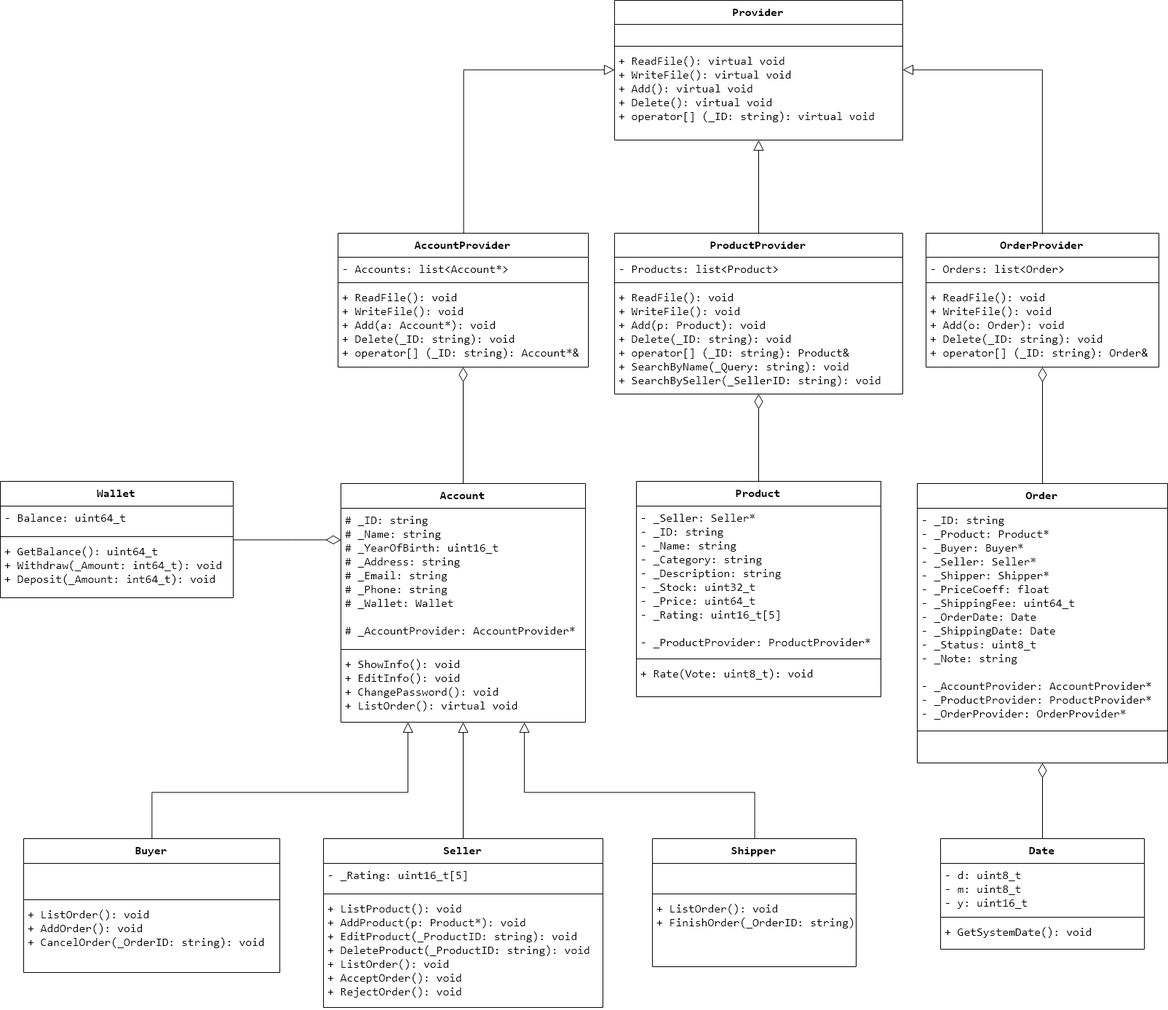
Before: docs/ClassDiagram.png, a diagram exported from draw.io (84436/LTHDT-18CLC6-Group17). Source tidied: cells renumbered, new cells last; positions are measured from the earlier drawing's top-left corner, leaving out a move shared by most shapes.
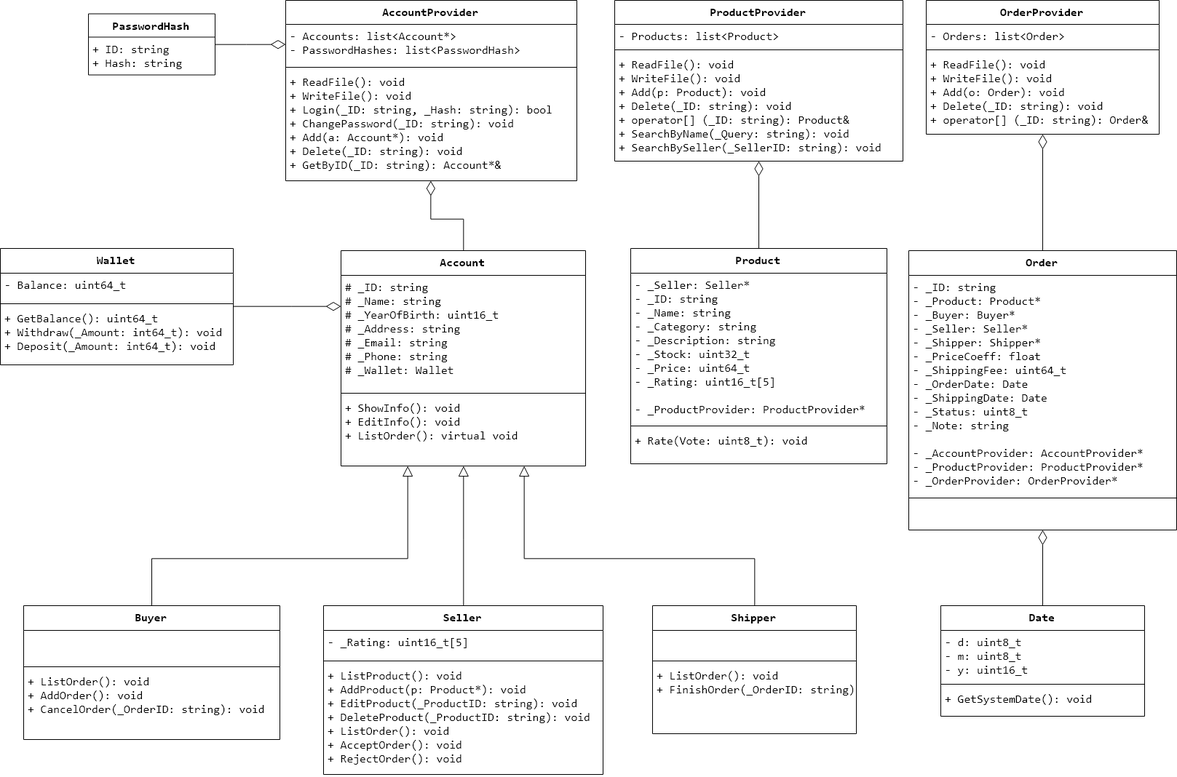
The same diagram one commit later.

What changed in the source:
```diff
@@ -2,40 +2,18 @@
   <root>
     <mxCell id="0" />
     <mxCell id="1" parent="0" />
-    <mxCell id="2" value="Provider" style="swimlane;fontStyle=1;align=center;verticalAlign=top;horizontal=1;startSize=33;fontFamily=Consolas;fontSize=16;" parent="1" vertex="1">
-      <mxGeometry x="844" width="396" height="192" as="geometry" />
-    </mxCell>
-    <mxCell id="3" value=" " style="text;strokeColor=none;fillColor=none;align=left;verticalAlign=top;spacingLeft=4;spacingRight=4;overflow=hidden;fontSize=16;fontFamily=Consolas;" parent="2" vertex="1">
-      <mxGeometry y="33" width="396" height="26" as="geometry" />
-    </mxCell>
-    <mxCell id="4" style="line;strokeWidth=1;fillColor=none;align=left;verticalAlign=middle;spacingTop=-1;spacingLeft=3;spacingRight=3;labelPosition=right;fontSize=16;fontFamily=Consolas;" parent="2" vertex="1">
-      <mxGeometry y="59" width="396" height="8" as="geometry" />
-    </mxCell>
-    <mxCell id="5" value="+ ReadFile(): virtual void&#10;+ WriteFile(): virtual void&#10;+ Add(): virtual void&#10;+ Delete(): virtual void&#10;+ operator[] (_ID: string): virtual void&#10;" style="text;strokeColor=none;fillColor=none;align=left;verticalAlign=top;spacingLeft=4;spacingRight=4;overflow=hidden;fontSize=16;fontFamily=Consolas;" parent="2" vertex="1">
-      <mxGeometry y="67" width="396" height="125" as="geometry" />
-    </mxCell>
-    <mxCell id="6" style="edgeStyle=orthogonalEdgeStyle;rounded=0;jettySize=auto;html=1;startSize=33;fontFamily=Consolas;fontSize=16;endArrow=block;endFill=0;endSize=12;" parent="1" edge="1" source="7" target="2">
-      <mxGeometry relative="1" as="geometry">
-        <Array as="points">
-          <mxPoint x="636" y="96" />
-        </Array>
-      </mxGeometry>
-    </mxCell>
     <mxCell id="7" value="AccountProvider" style="swimlane;fontStyle=1;align=center;verticalAlign=top;horizontal=1;startSize=33;fontFamily=Consolas;fontSize=16;" parent="1" vertex="1">
-      <mxGeometry x="464" y="320" width="344" height="184" as="geometry" />
+      <mxGeometry x="392" y="320" width="400" height="248" as="geometry" />
     </mxCell>
-    <mxCell id="8" value="- Accounts: list&lt;Account*&gt;" style="text;strokeColor=none;fillColor=none;align=left;verticalAlign=top;spacingLeft=4;spacingRight=4;overflow=hidden;points=[[0,0.5],[1,0.5]];portConstraint=eastwest;fontSize=16;fontFamily=Consolas;" parent="7" vertex="1">
-      <mxGeometry y="33" width="344" height="31" as="geometry" />
+    <mxCell id="8" value="- Accounts: list&lt;Account*&gt;&#10;- PasswordHashes: list&lt;PasswordHash&gt;&#10;" style="text;strokeColor=none;fillColor=none;align=left;verticalAlign=top;spacingLeft=4;spacingRight=4;overflow=hidden;points=[[0,0.5],[1,0.5]];portConstraint=eastwest;fontSize=16;fontFamily=Consolas;" parent="7" vertex="1">
+      <mxGeometry y="33" width="400" height="55" as="geometry" />
     </mxCell>
     <mxCell id="9" style="line;strokeWidth=1;fillColor=none;align=left;verticalAlign=middle;spacingTop=-1;spacingLeft=3;spacingRight=3;labelPosition=right;fontSize=16;fontFamily=Consolas;" parent="7" vertex="1">
-      <mxGeometry y="64" width="344" height="8" as="geometry" />
+      <mxGeometry y="88" width="400" height="8" as="geometry" />
     </mxCell>
-    <mxCell id="10" value="+ ReadFile(): void&#10;+ WriteFile(): void&#10;+ Add(a: Account*): void&#10;+ Delete(_ID: string): void&#10;+ operator[] (_ID: string): Account*&amp;&#10;" style="text;strokeColor=none;fillColor=none;align=left;verticalAlign=top;spacingLeft=4;spacingRight=4;overflow=hidden;fontSize=16;fontFamily=Consolas;" parent="7" vertex="1">
-      <mxGeometry y="72" width="344" height="112" as="geometry" />
+    <mxCell id="10" value="+ ReadFile(): void&#10;+ WriteFile(): void&#10;+ Login(_ID: string, _Hash: string): bool&#10;+ ChangePassword(_ID: string): void&#10;+ Add(a: Account*): void&#10;+ Delete(_ID: string): void&#10;+ GetByID(_ID: string): Account*&amp;" style="text;strokeColor=none;fillColor=none;align=left;verticalAlign=top;spacingLeft=4;spacingRight=4;overflow=hidden;fontSize=16;fontFamily=Consolas;" parent="7" vertex="1">
+      <mxGeometry y="96" width="400" height="152" as="geometry" />
     </mxCell>
-    <mxCell id="11" style="edgeStyle=orthogonalEdgeStyle;rounded=0;jettySize=auto;html=1;startSize=33;fontFamily=Consolas;fontSize=16;endArrow=block;endFill=0;endSize=12;" parent="1" edge="1" source="12" target="2">
-      <mxGeometry relative="1" as="geometry" />
-    </mxCell>
     <mxCell id="12" value="ProductProvider" style="swimlane;fontStyle=1;align=center;verticalAlign=top;horizontal=1;startSize=33;fontFamily=Consolas;fontSize=16;" parent="1" vertex="1">
       <mxGeometry x="844" y="320" width="396" height="221" as="geometry" />
     </mxCell>
@@ -48,13 +26,6 @@
     <mxCell id="15" value="+ ReadFile(): void&#10;+ WriteFile(): void&#10;+ Add(p: Product): void&#10;+ Delete(_ID: string): void&#10;+ operator[] (_ID: string): Product&amp;&#10;+ SearchByName(_Query: string): void&#10;+ SearchBySeller(_SellerID: string): void&#10;&#10;" style="text;strokeColor=none;fillColor=none;align=left;verticalAlign=top;spacingLeft=4;spacingRight=4;overflow=hidden;fontSize=16;fontFamily=Consolas;" parent="12" vertex="1">
       <mxGeometry y="72" width="396" height="149" as="geometry" />
     </mxCell>
-    <mxCell id="16" style="edgeStyle=orthogonalEdgeStyle;rounded=0;jettySize=auto;html=1;startSize=33;fontFamily=Consolas;fontSize=16;endArrow=block;endFill=0;endSize=12;" parent="1" edge="1" source="17" target="2">
-      <mxGeometry relative="1" as="geometry">
-        <Array as="points">
-          <mxPoint x="1432" y="96" />
-        </Array>
-      </mxGeometry>
-    </mxCell>
     <mxCell id="17" value="OrderProvider" style="swimlane;fontStyle=1;align=center;verticalAlign=top;horizontal=1;startSize=33;fontFamily=Consolas;fontSize=16;" parent="1" vertex="1">
       <mxGeometry x="1272" y="320" width="320" height="184" as="geometry" />
     </mxCell>
@@ -71,46 +42,46 @@
       <mxGeometry relative="1" as="geometry" />
     </mxCell>
     <mxCell id="22" value="Account" style="swimlane;fontStyle=1;align=center;verticalAlign=top;horizontal=1;startSize=34;fontFamily=Consolas;fontSize=16;" parent="1" vertex="1">
-      <mxGeometry x="468" y="664" width="336" height="328" as="geometry" />
+      <mxGeometry x="468" y="664" width="336" height="296" as="geometry" />
     </mxCell>
-    <mxCell id="23" value="# _ID: string&#10;# _Name: string&#10;# _YearOfBirth: uint16_t&#10;# _Address: string&#10;# _Email: string&#10;# _Phone: string&#10;# _Wallet: Wallet&#10;&#10;# _AccountProvider: AccountProvider*&#10;&#10;" style="text;strokeColor=none;fillColor=none;align=left;verticalAlign=top;spacingLeft=4;spacingRight=4;overflow=hidden;fontFamily=Consolas;fontSize=16;" parent="22" vertex="1">
-      <mxGeometry y="34" width="336" height="190" as="geometry" />
+    <mxCell id="23" value="# _ID: string&#10;# _Name: string&#10;# _YearOfBirth: uint16_t&#10;# _Address: string&#10;# _Email: string&#10;# _Phone: string&#10;# _Wallet: Wallet&#10;&#10;" style="text;strokeColor=none;fillColor=none;align=left;verticalAlign=top;spacingLeft=4;spacingRight=4;overflow=hidden;fontFamily=Consolas;fontSize=16;" parent="22" vertex="1">
+      <mxGeometry y="34" width="336" height="158" as="geometry" />
     </mxCell>
     <mxCell id="24" style="line;strokeWidth=1;fillColor=none;align=left;verticalAlign=middle;spacingTop=-1;spacingLeft=3;spacingRight=3;labelPosition=right;fontFamily=Consolas;fontSize=16;" parent="22" vertex="1">
-      <mxGeometry y="224" width="336" height="8" as="geometry" />
+      <mxGeometry y="192" width="336" height="8" as="geometry" />
     </mxCell>
-    <mxCell id="25" value="+ ShowInfo(): void&#10;+ EditInfo(): void&#10;+ ChangePassword(): void&#10;+ ListOrder(): virtual void&#10;" style="text;strokeColor=none;fillColor=none;align=left;verticalAlign=top;spacingLeft=4;spacingRight=4;overflow=hidden;points=[[0,0.5],[1,0.5]];portConstraint=eastwest;fontFamily=Consolas;fontSize=16;" parent="22" vertex="1">
-      <mxGeometry y="232" width="336" height="96" as="geometry" />
+    <mxCell id="25" value="+ ShowInfo(): void&#10;+ EditInfo(): void&#10;+ ListOrder(): virtual void&#10;" style="text;strokeColor=none;fillColor=none;align=left;verticalAlign=top;spacingLeft=4;spacingRight=4;overflow=hidden;points=[[0,0.5],[1,0.5]];portConstraint=eastwest;fontFamily=Consolas;fontSize=16;" parent="22" vertex="1">
+      <mxGeometry y="200" width="336" height="96" as="geometry" />
     </mxCell>
     <mxCell id="26" style="edgeStyle=orthogonalEdgeStyle;rounded=0;jettySize=auto;html=1;startSize=33;endArrow=diamondThin;endFill=0;endSize=18;fontFamily=Consolas;fontSize=16;" parent="1" edge="1" source="27" target="12">
       <mxGeometry relative="1" as="geometry" />
     </mxCell>
     <mxCell id="27" value="Product" style="swimlane;fontStyle=1;align=center;verticalAlign=top;horizontal=1;startSize=34;fontFamily=Consolas;fontSize=16;" parent="1" vertex="1">
-      <mxGeometry x="874" y="661" width="336" height="296" as="geometry" />
+      <mxGeometry x="866" y="661" width="352" height="296" as="geometry" />
     </mxCell>
     <mxCell id="28" value="- _Seller: Seller*&#10;- _ID: string&#10;- _Name: string&#10;- _Category: string&#10;- _Description: string&#10;- _Stock: uint32_t&#10;- _Price: uint64_t&#10;- _Rating: uint16_t[5]&#10;&#10;- _ProductProvider: ProductProvider*&#10;&#10;&#10;" style="text;strokeColor=none;fillColor=none;align=left;verticalAlign=top;spacingLeft=4;spacingRight=4;overflow=hidden;fontFamily=Consolas;fontSize=16;" parent="27" vertex="1">
-      <mxGeometry y="34" width="336" height="206" as="geometry" />
+      <mxGeometry y="34" width="352" height="206" as="geometry" />
     </mxCell>
     <mxCell id="29" style="line;strokeWidth=1;fillColor=none;align=left;verticalAlign=middle;spacingTop=-1;spacingLeft=3;spacingRight=3;labelPosition=right;fontFamily=Consolas;fontSize=16;" parent="27" vertex="1">
-      <mxGeometry y="240" width="336" height="8" as="geometry" />
+      <mxGeometry y="240" width="352" height="8" as="geometry" />
     </mxCell>
     <mxCell id="30" value="+ Rate(Vote: uint8_t): void" style="text;strokeColor=none;fillColor=none;align=left;verticalAlign=top;spacingLeft=4;spacingRight=4;overflow=hidden;fontFamily=Consolas;fontSize=16;" parent="27" vertex="1">
-      <mxGeometry y="248" width="336" height="48" as="geometry" />
+      <mxGeometry y="248" width="352" height="48" as="geometry" />
     </mxCell>
     <mxCell id="31" style="edgeStyle=orthogonalEdgeStyle;rounded=0;jettySize=auto;html=1;startSize=33;endArrow=diamondThin;endFill=0;endSize=18;fontFamily=Consolas;fontSize=16;" parent="1" edge="1" source="32" target="17">
       <mxGeometry relative="1" as="geometry" />
     </mxCell>
     <mxCell id="32" value="Order" style="swimlane;fontStyle=1;align=center;verticalAlign=top;horizontal=1;startSize=34;fontFamily=Consolas;fontSize=16;" parent="1" vertex="1">
-      <mxGeometry x="1260" y="664" width="344" height="384" as="geometry" />
+      <mxGeometry x="1248" y="664" width="368" height="384" as="geometry" />
     </mxCell>
     <mxCell id="33" value="- _ID: string&#10;- _Product: Product*&#10;- _Buyer: Buyer*&#10;- _Seller: Seller*&#10;- _Shipper: Shipper*&#10;- _PriceCoeff: float&#10;- _ShippingFee: uint64_t&#10;- _OrderDate: Date&#10;- _ShippingDate: Date&#10;- _Status: uint8_t&#10;- _Note: string&#10;&#10;- _AccountProvider: AccountProvider*&#10;- _ProductProvider: ProductProvider*&#10;- _OrderProvider: OrderProvider*" style="text;strokeColor=none;fillColor=none;align=left;verticalAlign=top;spacingLeft=4;spacingRight=4;overflow=hidden;fontFamily=Consolas;fontSize=16;" parent="32" vertex="1">
-      <mxGeometry y="34" width="344" height="302" as="geometry" />
+      <mxGeometry y="34" width="368" height="302" as="geometry" />
     </mxCell>
     <mxCell id="34" style="line;strokeWidth=1;fillColor=none;align=left;verticalAlign=middle;spacingTop=-1;spacingLeft=3;spacingRight=3;labelPosition=right;fontFamily=Consolas;fontSize=16;" parent="32" vertex="1">
-      <mxGeometry y="336" width="344" height="8" as="geometry" />
+      <mxGeometry y="336" width="368" height="8" as="geometry" />
     </mxCell>
     <mxCell id="35" value=" " style="text;strokeColor=none;fillColor=none;align=left;verticalAlign=top;spacingLeft=4;spacingRight=4;overflow=hidden;fontFamily=Consolas;fontSize=16;" parent="32" vertex="1">
-      <mxGeometry y="344" width="344" height="40" as="geometry" />
+      <mxGeometry y="344" width="368" height="40" as="geometry" />
     </mxCell>
     <mxCell id="36" style="edgeStyle=orthogonalEdgeStyle;rounded=0;jettySize=auto;html=1;startSize=33;endArrow=block;endFill=0;endSize=12;fontFamily=Consolas;fontSize=16;" parent="1" edge="1" source="37" target="25">
       <mxGeometry relative="1" as="geometry">
@@ -202,5 +173,14 @@
     <mxCell id="60" value="+ GetSystemDate(): void" style="text;strokeColor=none;fillColor=none;align=left;verticalAlign=top;spacingLeft=4;spacingRight=4;overflow=hidden;fontFamily=Consolas;fontSize=16;" parent="57" vertex="1">
       <mxGeometry y="112" width="280" height="40" as="geometry" />
     </mxCell>
+    <mxCell id="61" style="edgeStyle=orthogonalEdgeStyle;rounded=0;jettySize=auto;html=1;fontFamily=Consolas;fontSize=16;endArrow=diamondThin;endFill=0;endSize=18;" parent="1" edge="1" source="62" target="8">
+      <mxGeometry relative="1" as="geometry" />
+    </mxCell>
+    <mxCell id="62" value="PasswordHash" style="swimlane;fontStyle=1;horizontal=1;startSize=32;fillColor=none;fontFamily=Consolas;fontSize=16;" parent="1" vertex="1">
+      <mxGeometry x="121" y="338.5" width="174" height="84" as="geometry" />
+    </mxCell>
+    <mxCell id="63" value="+ ID: string&#10;+ Hash: string&#10;" style="text;strokeColor=none;fillColor=none;align=left;verticalAlign=top;spacingLeft=4;spacingRight=4;overflow=hidden;fontSize=16;fontFamily=Consolas;" parent="62" vertex="1">
+      <mxGeometry y="32" width="174" height="52" as="geometry" />
+    </mxCell>
   </root>
 </mxGraphModel>
```
